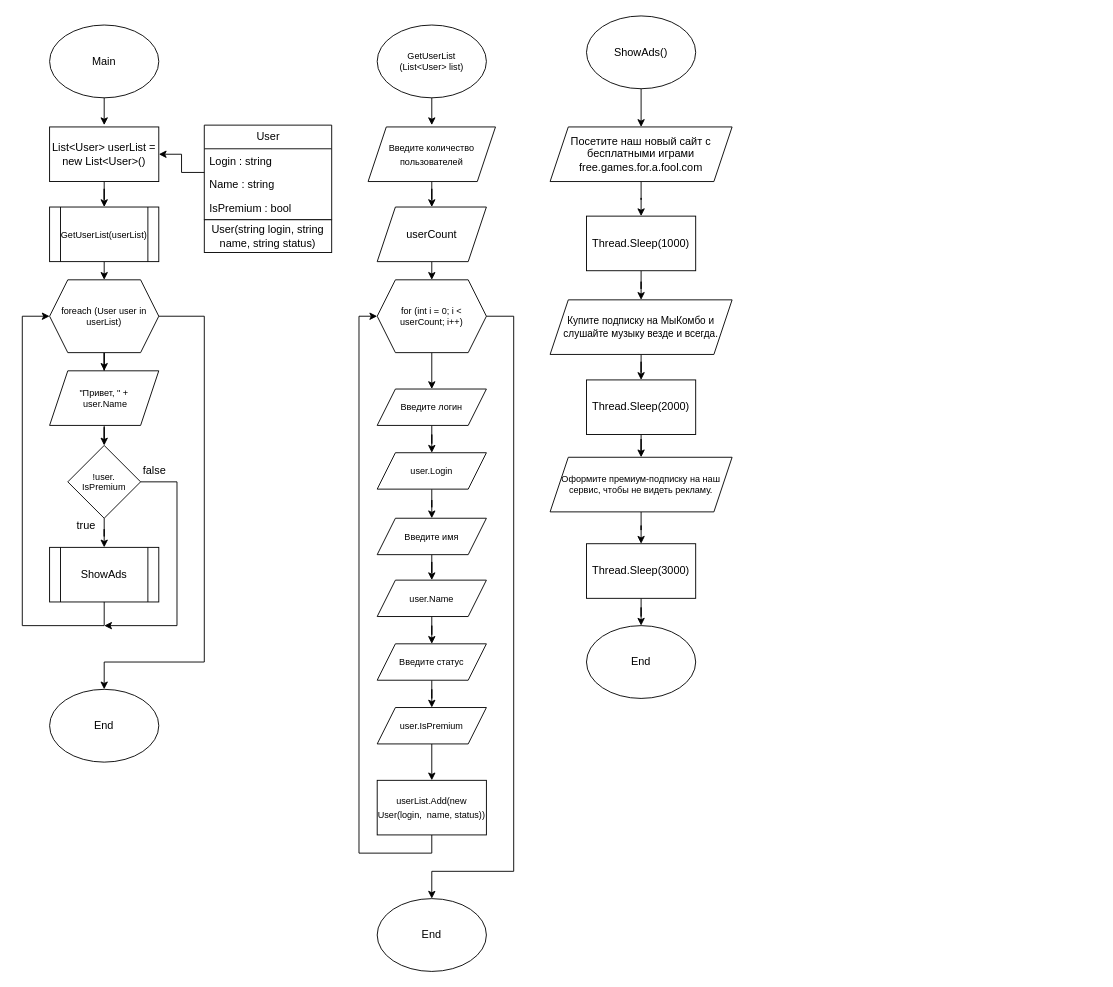
Apocatastas/SkillFactoryCSharp12Algorithms keeps this draw.io diagram as SkillFactoryCSharp12Algorithms/SkillFactoryCSharp12Algorithms.drawio. Above is the earlier version. Source tidied: cells renumbered, new cells numbered last; positions are measured from the earlier drawing's top-left corner, leaving out a move shared by most shapes. Both pictures are drawn from the tidied source at 91%, with x=0, y=0 at pixel (22, 15).
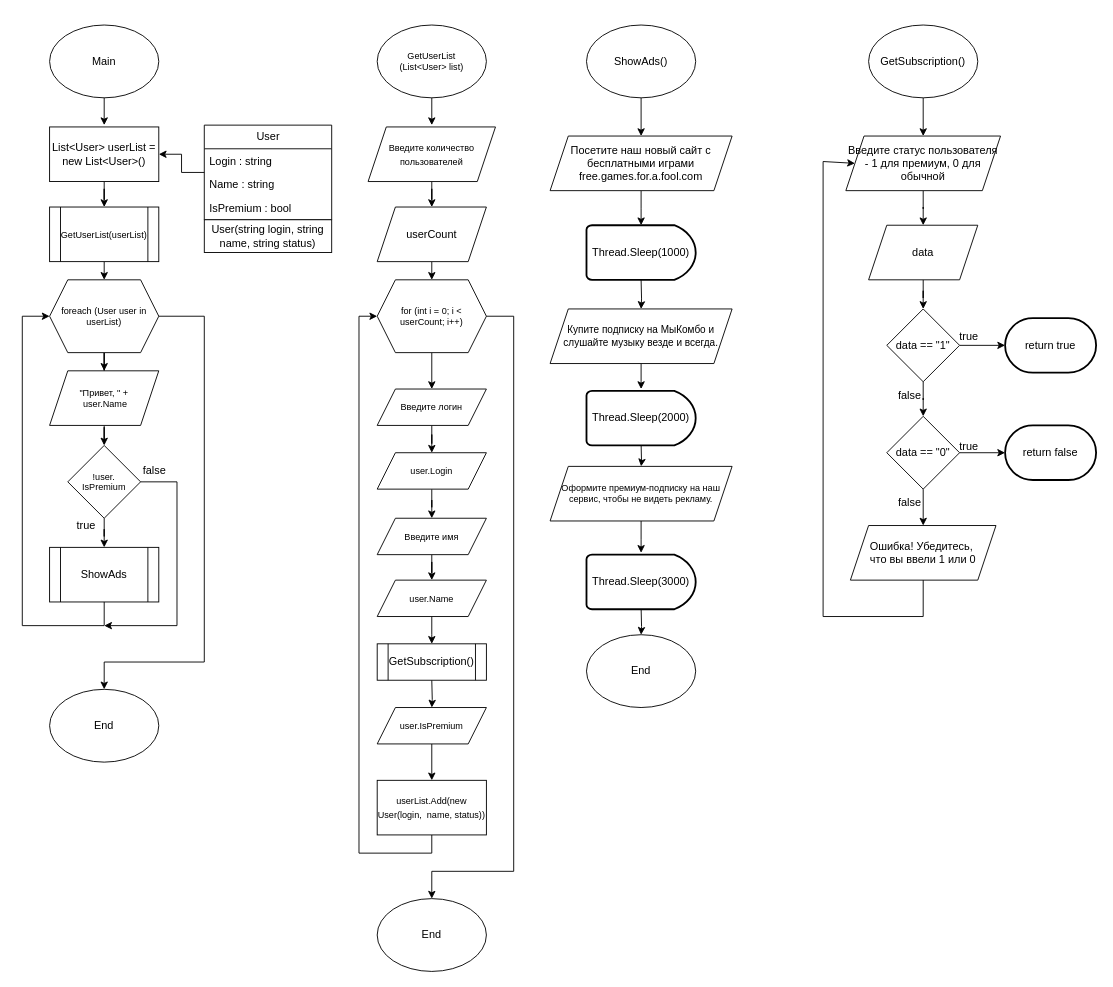
Above is the later version.

The change refers to these unchanged cells:
```xml
<mxCell id="47" value="user.Name" style="shape=parallelogram;perimeter=parallelogramPerimeter;whiteSpace=wrap;html=1;fixedSize=1;fontSize=10;" parent="1" vertex="1">
  <mxGeometry x="390" y="620" width="120" height="40" as="geometry" />
</mxCell>
<mxCell id="49" value="user.IsPremium" style="shape=parallelogram;perimeter=parallelogramPerimeter;whiteSpace=wrap;html=1;fixedSize=1;fontSize=10;" parent="1" vertex="1">
  <mxGeometry x="390" y="760" width="120" height="40" as="geometry" />
</mxCell>
```

The edit, as a diff of the source:
```diff
@@
     <mxCell id="20" value="ShowAds()" style="ellipse;whiteSpace=wrap;html=1;" parent="1" vertex="1">
-      <mxGeometry x="620" width="120" height="80" as="geometry" />
+      <mxGeometry x="620" y="10" width="120" height="80" as="geometry" />
     </mxCell>
-    <mxCell id="21" style="edgeStyle=orthogonalEdgeStyle;rounded=0;jettySize=auto;html=1;" parent="1" edge="1" source="22" target="24">
-      <mxGeometry relative="1" as="geometry" />
+    <mxCell id="21" style="edgeStyle=orthogonalEdgeStyle;rounded=0;jettySize=auto;html=1;" parent="1" edge="1" source="22">
+      <mxGeometry relative="1" as="geometry">
+        <mxPoint x="680" y="230" as="targetPoint" />
+      </mxGeometry>
     </mxCell>
     <mxCell id="22" value="&lt;p&gt;Посетите наш новый сайт с бесплатными играми free.games.for.a.fool.com&lt;/p&gt;" style="shape=parallelogram;perimeter=parallelogramPerimeter;whiteSpace=wrap;html=1;fixedSize=1;" parent="1" vertex="1">
-      <mxGeometry x="580" y="122" width="200" height="60" as="geometry" />
+      <mxGeometry x="580" y="132" width="200" height="60" as="geometry" />
     </mxCell>
-    <mxCell id="23" style="edgeStyle=orthogonalEdgeStyle;rounded=0;jettySize=auto;html=1;" parent="1" edge="1" source="24" target="26">
-      <mxGeometry relative="1" as="geometry" />
+    <mxCell id="23" style="edgeStyle=orthogonalEdgeStyle;rounded=0;jettySize=auto;html=1;" parent="1" edge="1" target="26">
+      <mxGeometry relative="1" as="geometry">
+        <mxPoint x="680" y="290" as="sourcePoint" />
+      </mxGeometry>
     </mxCell>
-    <mxCell id="24" value="&lt;p&gt;Thread&lt;span style=&quot;box-sizing: border-box; font-style: inherit; font-variant-caps: inherit; font-stretch: inherit; font-size: inherit; line-height: 1.4em; font-family: inherit; font-size-adjust: inherit; font-kerning: inherit; font-variant-alternates: inherit; font-variant-ligatures: inherit; font-variant-numeric: inherit; font-variant-east-asian: inherit; font-variant-position: inherit; font-feature-settings: inherit; font-optical-sizing: inherit; font-variation-settings: inherit;&quot; class=&quot;hljs-selector-class&quot;&gt;.Sleep&lt;/span&gt;(&lt;span style=&quot;box-sizing: border-box; font-style: inherit; font-variant-caps: inherit; font-stretch: inherit; font-size: inherit; line-height: 1.4em; font-family: inherit; font-size-adjust: inherit; font-kerning: inherit; font-variant-alternates: inherit; font-variant-ligatures: inherit; font-variant-numeric: inherit; font-variant-east-asian: inherit; font-variant-position: inherit; font-feature-settings: inherit; font-optical-sizing: inherit; font-variation-settings: inherit;&quot; class=&quot;hljs-number&quot;&gt;1000&lt;/span&gt;)&lt;/p&gt;" style="rounded=0;whiteSpace=wrap;html=1;" parent="1" vertex="1">
-      <mxGeometry x="620" y="220" width="120" height="60" as="geometry" />
-    </mxCell>
-    <mxCell id="25" style="edgeStyle=orthogonalEdgeStyle;rounded=0;jettySize=auto;html=1;" parent="1" edge="1" source="26" target="28">
-      <mxGeometry relative="1" as="geometry" />
+    <mxCell id="25" style="edgeStyle=orthogonalEdgeStyle;rounded=0;jettySize=auto;html=1;" parent="1" edge="1" source="26">
+      <mxGeometry relative="1" as="geometry">
+        <mxPoint x="680" y="410" as="targetPoint" />
+      </mxGeometry>
     </mxCell>
     <mxCell id="26" value="&lt;p style=&quot;font-size: 11px;&quot;&gt;Купите подписку на МыКомбо и слушайте музыку везде и всегда.&lt;/p&gt;" style="shape=parallelogram;perimeter=parallelogramPerimeter;whiteSpace=wrap;html=1;fixedSize=1;" parent="1" vertex="1">
-      <mxGeometry x="580" y="312" width="200" height="60" as="geometry" />
+      <mxGeometry x="580" y="322" width="200" height="60" as="geometry" />
     </mxCell>
-    <mxCell id="27" style="edgeStyle=orthogonalEdgeStyle;rounded=0;jettySize=auto;html=1;" parent="1" edge="1" source="28" target="30">
-      <mxGeometry relative="1" as="geometry" />
+    <mxCell id="27" style="edgeStyle=orthogonalEdgeStyle;rounded=0;jettySize=auto;html=1;" parent="1" edge="1" target="30">
+      <mxGeometry relative="1" as="geometry">
+        <mxPoint x="680" y="470" as="sourcePoint" />
+      </mxGeometry>
     </mxCell>
-    <mxCell id="28" value="&lt;p&gt;Thread&lt;span style=&quot;box-sizing: border-box; font-style: inherit; font-variant-caps: inherit; font-stretch: inherit; font-size: inherit; line-height: 1.4em; font-family: inherit; font-size-adjust: inherit; font-kerning: inherit; font-variant-alternates: inherit; font-variant-ligatures: inherit; font-variant-numeric: inherit; font-variant-east-asian: inherit; font-variant-position: inherit; font-feature-settings: inherit; font-optical-sizing: inherit; font-variation-settings: inherit;&quot; class=&quot;hljs-selector-class&quot;&gt;.Sleep&lt;/span&gt;(2&lt;span style=&quot;box-sizing: border-box; font-style: inherit; font-variant-caps: inherit; font-stretch: inherit; font-size: inherit; line-height: 1.4em; font-family: inherit; font-size-adjust: inherit; font-kerning: inherit; font-variant-alternates: inherit; font-variant-ligatures: inherit; font-variant-numeric: inherit; font-variant-east-asian: inherit; font-variant-position: inherit; font-feature-settings: inherit; font-optical-sizing: inherit; font-variation-settings: inherit;&quot; class=&quot;hljs-number&quot;&gt;000&lt;/span&gt;)&lt;/p&gt;" style="rounded=0;whiteSpace=wrap;html=1;" parent="1" vertex="1">
-      <mxGeometry x="620" y="400" width="120" height="60" as="geometry" />
-    </mxCell>
-    <mxCell id="29" style="edgeStyle=orthogonalEdgeStyle;rounded=0;jettySize=auto;html=1;" parent="1" edge="1" source="30" target="32">
-      <mxGeometry relative="1" as="geometry" />
+    <mxCell id="29" style="edgeStyle=orthogonalEdgeStyle;rounded=0;jettySize=auto;html=1;" parent="1" edge="1" source="30">
+      <mxGeometry relative="1" as="geometry">
+        <mxPoint x="680" y="590" as="targetPoint" />
+      </mxGeometry>
     </mxCell>
     <mxCell id="30" value="&lt;p style=&quot;font-size: 10px;&quot;&gt;Оформите премиум-подписку на наш сервис, чтобы не видеть рекламу.&lt;/p&gt;" style="shape=parallelogram;perimeter=parallelogramPerimeter;whiteSpace=wrap;html=1;fixedSize=1;fontSize=10;" parent="1" vertex="1">
-      <mxGeometry x="580" y="485" width="200" height="60" as="geometry" />
+      <mxGeometry x="580" y="495" width="200" height="60" as="geometry" />
     </mxCell>
-    <mxCell id="31" style="edgeStyle=orthogonalEdgeStyle;rounded=0;jettySize=auto;html=1;" parent="1" edge="1" source="32" target="33">
-      <mxGeometry relative="1" as="geometry" />
+    <mxCell id="31" style="edgeStyle=orthogonalEdgeStyle;rounded=0;jettySize=auto;html=1;" parent="1" edge="1" target="33">
+      <mxGeometry relative="1" as="geometry">
+        <mxPoint x="680" y="650" as="sourcePoint" />
+      </mxGeometry>
     </mxCell>
-    <mxCell id="32" value="&lt;p&gt;Thread&lt;span style=&quot;box-sizing: border-box; font-style: inherit; font-variant-caps: inherit; font-stretch: inherit; font-size: inherit; line-height: 1.4em; font-family: inherit; font-size-adjust: inherit; font-kerning: inherit; font-variant-alternates: inherit; font-variant-ligatures: inherit; font-variant-numeric: inherit; font-variant-east-asian: inherit; font-variant-position: inherit; font-feature-settings: inherit; font-optical-sizing: inherit; font-variation-settings: inherit;&quot; class=&quot;hljs-selector-class&quot;&gt;.Sleep&lt;/span&gt;(3&lt;span style=&quot;box-sizing: border-box; font-style: inherit; font-variant-caps: inherit; font-stretch: inherit; font-size: inherit; line-height: 1.4em; font-family: inherit; font-size-adjust: inherit; font-kerning: inherit; font-variant-alternates: inherit; font-variant-ligatures: inherit; font-variant-numeric: inherit; font-variant-east-asian: inherit; font-variant-position: inherit; font-feature-settings: inherit; font-optical-sizing: inherit; font-variation-settings: inherit;&quot; class=&quot;hljs-number&quot;&gt;000&lt;/span&gt;)&lt;/p&gt;" style="rounded=0;whiteSpace=wrap;html=1;" parent="1" vertex="1">
-      <mxGeometry x="620" y="580" width="120" height="60" as="geometry" />
-    </mxCell>
     <mxCell id="33" value="End" style="ellipse;whiteSpace=wrap;html=1;" parent="1" vertex="1">
-      <mxGeometry x="620" y="670" width="120" height="80" as="geometry" />
+      <mxGeometry x="620" y="680" width="120" height="80" as="geometry" />
     </mxCell>
@@
-    <mxCell id="46" style="edgeStyle=orthogonalEdgeStyle;rounded=0;jettySize=auto;html=1;" parent="1" edge="1" source="47" target="66">
-      <mxGeometry relative="1" as="geometry" />
+    <mxCell id="46" style="edgeStyle=orthogonalEdgeStyle;rounded=0;jettySize=auto;html=1;" parent="1" edge="1" source="47">
+      <mxGeometry relative="1" as="geometry">
+        <mxPoint x="450" y="690" as="targetPoint" />
+      </mxGeometry>
     </mxCell>
@@
-    <mxCell id="65" style="edgeStyle=orthogonalEdgeStyle;rounded=0;jettySize=auto;html=1;" parent="1" edge="1" source="66" target="49">
-      <mxGeometry relative="1" as="geometry" />
+    <mxCell id="65" style="edgeStyle=orthogonalEdgeStyle;rounded=0;jettySize=auto;html=1;" parent="1" edge="1" target="49">
+      <mxGeometry relative="1" as="geometry">
+        <mxPoint x="450" y="730" as="sourcePoint" />
+      </mxGeometry>
     </mxCell>
-    <mxCell id="66" value="Введите статус" style="shape=parallelogram;perimeter=parallelogramPerimeter;whiteSpace=wrap;html=1;fixedSize=1;fontSize=10;" parent="1" vertex="1">
-      <mxGeometry x="390" y="690" width="120" height="40" as="geometry" />
-    </mxCell>
+    <mxCell id="67" value="GetSubscription()" style="shape=process;whiteSpace=wrap;html=1;backgroundOutline=1;" parent="1" vertex="1">
+      <mxGeometry x="390" y="690" width="120" height="40" as="geometry" />
+    </mxCell>
+    <mxCell id="68" style="edgeStyle=orthogonalEdgeStyle;rounded=0;jettySize=auto;html=1;" parent="1" edge="1" source="69" target="71">
+      <mxGeometry relative="1" as="geometry" />
+    </mxCell>
+    <mxCell id="69" value="GetSubscription()" style="ellipse;whiteSpace=wrap;html=1;" parent="1" vertex="1">
+      <mxGeometry x="930" y="10" width="120" height="80" as="geometry" />
+    </mxCell>
+    <mxCell id="70" style="edgeStyle=orthogonalEdgeStyle;rounded=0;jettySize=auto;html=1;" parent="1" edge="1" source="71" target="73">
+      <mxGeometry relative="1" as="geometry" />
+    </mxCell>
+    <mxCell id="71" value="Введите статус пользователя - 1 для премиум, 0 для обычной" style="shape=parallelogram;perimeter=parallelogramPerimeter;whiteSpace=wrap;html=1;fixedSize=1;fontSize=12;" parent="1" vertex="1">
+      <mxGeometry x="905" y="132" width="170" height="60" as="geometry" />
+    </mxCell>
+    <mxCell id="72" style="edgeStyle=orthogonalEdgeStyle;rounded=0;jettySize=auto;html=1;" parent="1" edge="1" source="73" target="76">
+      <mxGeometry relative="1" as="geometry" />
+    </mxCell>
+    <mxCell id="73" value="data" style="shape=parallelogram;perimeter=parallelogramPerimeter;whiteSpace=wrap;html=1;fixedSize=1;" parent="1" vertex="1">
+      <mxGeometry x="930" y="230" width="120" height="60" as="geometry" />
+    </mxCell>
+    <mxCell id="74" style="edgeStyle=orthogonalEdgeStyle;rounded=0;jettySize=auto;html=1;" parent="1" edge="1" source="76" target="81">
+      <mxGeometry relative="1" as="geometry" />
+    </mxCell>
+    <mxCell id="75" style="edgeStyle=orthogonalEdgeStyle;rounded=0;jettySize=auto;html=1;" parent="1" edge="1" source="76" target="79">
+      <mxGeometry relative="1" as="geometry" />
+    </mxCell>
+    <mxCell id="76" value="data == &quot;1&quot;" style="rhombus;whiteSpace=wrap;html=1;" parent="1" vertex="1">
+      <mxGeometry x="950" y="322" width="80" height="80" as="geometry" />
+    </mxCell>
+    <mxCell id="77" style="edgeStyle=orthogonalEdgeStyle;rounded=0;jettySize=auto;html=1;" parent="1" edge="1" source="79" target="82">
+      <mxGeometry relative="1" as="geometry" />
+    </mxCell>
+    <mxCell id="78" style="edgeStyle=orthogonalEdgeStyle;rounded=0;jettySize=auto;html=1;" parent="1" edge="1" source="79" target="80">
+      <mxGeometry relative="1" as="geometry" />
+    </mxCell>
+    <mxCell id="79" value="data == &quot;0&quot;" style="rhombus;whiteSpace=wrap;html=1;" parent="1" vertex="1">
+      <mxGeometry x="950" y="440" width="80" height="80" as="geometry" />
+    </mxCell>
+    <mxCell id="80" value="Ошибка! Убедитесь,&amp;nbsp;&lt;div&gt;что вы ввели 1 или 0&lt;/div&gt;" style="shape=parallelogram;perimeter=parallelogramPerimeter;whiteSpace=wrap;html=1;fixedSize=1;" parent="1" vertex="1">
+      <mxGeometry x="910" y="560" width="160" height="60" as="geometry" />
+    </mxCell>
+    <mxCell id="24" value="Thread&lt;span style=&quot;font-family: inherit; font-size: inherit; font-style: inherit; font-variant-caps: inherit; box-sizing: border-box; font-stretch: inherit; line-height: 1.4em; font-size-adjust: inherit; font-kerning: inherit; font-variant-alternates: inherit; font-variant-ligatures: inherit; font-variant-numeric: inherit; font-variant-east-asian: inherit; font-variant-position: inherit; font-feature-settings: inherit; font-optical-sizing: inherit; font-variation-settings: inherit;&quot; class=&quot;hljs-selector-class&quot;&gt;.Sleep&lt;/span&gt;(&lt;span style=&quot;font-family: inherit; font-size: inherit; font-style: inherit; font-variant-caps: inherit; box-sizing: border-box; font-stretch: inherit; line-height: 1.4em; font-size-adjust: inherit; font-kerning: inherit; font-variant-alternates: inherit; font-variant-ligatures: inherit; font-variant-numeric: inherit; font-variant-east-asian: inherit; font-variant-position: inherit; font-feature-settings: inherit; font-optical-sizing: inherit; font-variation-settings: inherit;&quot; class=&quot;hljs-number&quot;&gt;1000&lt;/span&gt;)" style="strokeWidth=2;html=1;shape=mxgraph.flowchart.delay;whiteSpace=wrap;" parent="1" vertex="1">
+      <mxGeometry x="620" y="230" width="120" height="60" as="geometry" />
+    </mxCell>
+    <mxCell id="28" value="Thread&lt;span style=&quot;font-family: inherit; font-size: inherit; font-style: inherit; font-variant-caps: inherit; box-sizing: border-box; font-stretch: inherit; line-height: 1.4em; font-size-adjust: inherit; font-kerning: inherit; font-variant-alternates: inherit; font-variant-ligatures: inherit; font-variant-numeric: inherit; font-variant-east-asian: inherit; font-variant-position: inherit; font-feature-settings: inherit; font-optical-sizing: inherit; font-variation-settings: inherit;&quot; class=&quot;hljs-selector-class&quot;&gt;.Sleep&lt;/span&gt;(2&lt;span style=&quot;font-family: inherit; font-size: inherit; font-style: inherit; font-variant-caps: inherit; box-sizing: border-box; font-stretch: inherit; line-height: 1.4em; font-size-adjust: inherit; font-kerning: inherit; font-variant-alternates: inherit; font-variant-ligatures: inherit; font-variant-numeric: inherit; font-variant-east-asian: inherit; font-variant-position: inherit; font-feature-settings: inherit; font-optical-sizing: inherit; font-variation-settings: inherit;&quot; class=&quot;hljs-number&quot;&gt;000&lt;/span&gt;)" style="strokeWidth=2;html=1;shape=mxgraph.flowchart.delay;whiteSpace=wrap;" parent="1" vertex="1">
+      <mxGeometry x="620" y="412" width="120" height="60" as="geometry" />
+    </mxCell>
+    <mxCell id="32" value="Thread&lt;span style=&quot;font-family: inherit; font-size: inherit; font-style: inherit; font-variant-caps: inherit; box-sizing: border-box; font-stretch: inherit; line-height: 1.4em; font-size-adjust: inherit; font-kerning: inherit; font-variant-alternates: inherit; font-variant-ligatures: inherit; font-variant-numeric: inherit; font-variant-east-asian: inherit; font-variant-position: inherit; font-feature-settings: inherit; font-optical-sizing: inherit; font-variation-settings: inherit;&quot; class=&quot;hljs-selector-class&quot;&gt;.Sleep&lt;/span&gt;(3&lt;span style=&quot;font-family: inherit; font-size: inherit; font-style: inherit; font-variant-caps: inherit; box-sizing: border-box; font-stretch: inherit; line-height: 1.4em; font-size-adjust: inherit; font-kerning: inherit; font-variant-alternates: inherit; font-variant-ligatures: inherit; font-variant-numeric: inherit; font-variant-east-asian: inherit; font-variant-position: inherit; font-feature-settings: inherit; font-optical-sizing: inherit; font-variation-settings: inherit;&quot; class=&quot;hljs-number&quot;&gt;000&lt;/span&gt;)" style="strokeWidth=2;html=1;shape=mxgraph.flowchart.delay;whiteSpace=wrap;" parent="1" vertex="1">
+      <mxGeometry x="620" y="592" width="120" height="60" as="geometry" />
+    </mxCell>
+    <mxCell id="81" value="return true" style="strokeWidth=2;html=1;shape=mxgraph.flowchart.terminator;whiteSpace=wrap;" parent="1" vertex="1">
+      <mxGeometry x="1080" y="332" width="100" height="60" as="geometry" />
+    </mxCell>
+    <mxCell id="82" value="return false" style="strokeWidth=2;html=1;shape=mxgraph.flowchart.terminator;whiteSpace=wrap;" parent="1" vertex="1">
+      <mxGeometry x="1080" y="450" width="100" height="60" as="geometry" />
+    </mxCell>
+    <mxCell id="83" style="endArrow=classic;html=1;rounded=0;exitX=0.5;exitY=1;exitDx=0;exitDy=0;entryX=0;entryY=0.5;entryDx=0;entryDy=0;" parent="1" edge="1" source="80" target="71">
+      <mxGeometry relative="1" as="geometry">
+        <Array as="points">
+          <mxPoint x="990" y="660" />
+          <mxPoint x="880" y="660" />
+          <mxPoint x="880" y="160" />
+        </Array>
+      </mxGeometry>
+    </mxCell>
+    <mxCell id="84" value="true" style="text;html=1;align=center;verticalAlign=middle;strokeColor=none;fillColor=none;" parent="1" vertex="1">
+      <mxGeometry x="1020" y="338" width="40" height="30" as="geometry" />
+    </mxCell>
+    <mxCell id="85" value="true" style="text;html=1;align=center;verticalAlign=middle;strokeColor=none;fillColor=none;" parent="1" vertex="1">
+      <mxGeometry x="1020" y="458" width="40" height="30" as="geometry" />
+    </mxCell>
+    <mxCell id="86" value="false" style="text;html=1;align=center;verticalAlign=middle;strokeColor=none;fillColor=none;" parent="1" vertex="1">
+      <mxGeometry x="950" y="402" width="50" height="30" as="geometry" />
+    </mxCell>
+    <mxCell id="87" value="false" style="text;html=1;align=center;verticalAlign=middle;strokeColor=none;fillColor=none;" parent="1" vertex="1">
+      <mxGeometry x="950" y="520" width="50" height="30" as="geometry" />
+    </mxCell>
```
